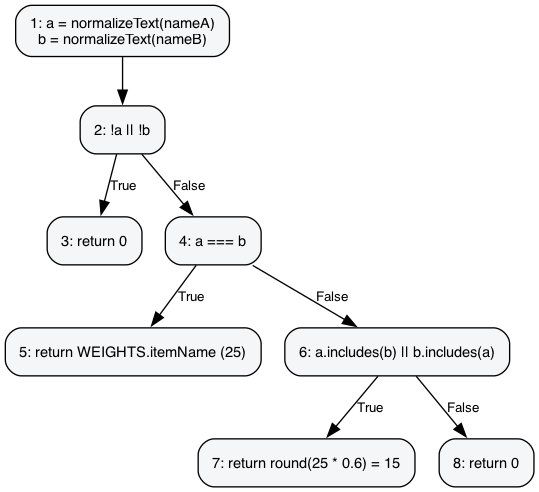
Before: report-assets/cfg/scoreItemName.png, a diagram exported from Graphviz (Meili1407/Software-Testing-LostFound). Its source is kept beside it as report-assets/cfg/scoreItemName.dot. The source it was exported from:
```dot
digraph scoreItemName {
  rankdir=TB;
  node [shape=box, style="rounded,filled", fillcolor="#f5f6f8", fontname="Helvetica", fontsize=11, margin="0.15,0.1"];
  edge [fontname="Helvetica", fontsize=10];

  N1 [label="1: a = normalizeText(nameA)\nb = normalizeText(nameB)"];
  N2 [label="2: !a || !b"];
  N3 [label="3: return 0"];
  N4 [label="4: a === b"];
  N5 [label="5: return WEIGHTS.itemName (25)"];
  N6 [label="6: a.includes(b) || b.includes(a)"];
  N7 [label="7: return round(25 * 0.6) = 15"];
  N8 [label="8: return 0"];

  N1 -> N2;
  N2 -> N3 [label="True"];
  N2 -> N4 [label="False"];
  N4 -> N5 [label="True"];
  N4 -> N6 [label="False"];
  N6 -> N7 [label="True"];
  N6 -> N8 [label="False"];
}
```
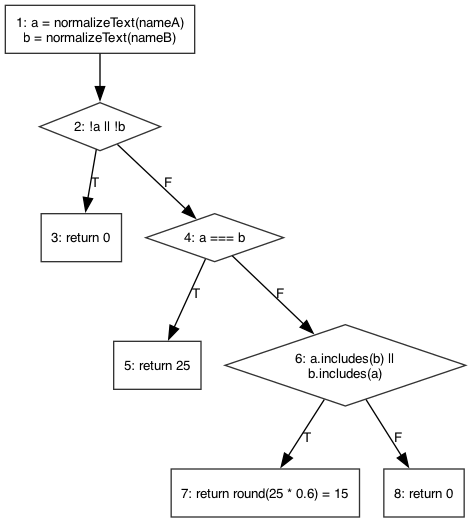
The same file after the commit.

The edit, as a diff of the source:
```diff
@@ -1,22 +1,22 @@
 digraph scoreItemName {
   rankdir=TB;
-  node [shape=box, style="rounded,filled", fillcolor="#f5f6f8", fontname="Helvetica", fontsize=11, margin="0.15,0.1"];
+  node [shape=box, fontname="Helvetica", fontsize=10, color="#333333"];
   edge [fontname="Helvetica", fontsize=10];
 
   N1 [label="1: a = normalizeText(nameA)\nb = normalizeText(nameB)"];
-  N2 [label="2: !a || !b"];
+  N2 [shape=diamond, label="2: !a || !b"];
   N3 [label="3: return 0"];
-  N4 [label="4: a === b"];
-  N5 [label="5: return WEIGHTS.itemName (25)"];
-  N6 [label="6: a.includes(b) || b.includes(a)"];
+  N4 [shape=diamond, label="4: a === b"];
+  N5 [label="5: return 25"];
+  N6 [shape=diamond, label="6: a.includes(b) ||\nb.includes(a)"];
   N7 [label="7: return round(25 * 0.6) = 15"];
   N8 [label="8: return 0"];
 
   N1 -> N2;
-  N2 -> N3 [label="True"];
-  N2 -> N4 [label="False"];
-  N4 -> N5 [label="True"];
-  N4 -> N6 [label="False"];
-  N6 -> N7 [label="True"];
-  N6 -> N8 [label="False"];
+  N2 -> N3 [label="T"];
+  N2 -> N4 [label="F"];
+  N4 -> N5 [label="T"];
+  N4 -> N6 [label="F"];
+  N6 -> N7 [label="T"];
+  N6 -> N8 [label="F"];
 }
```
